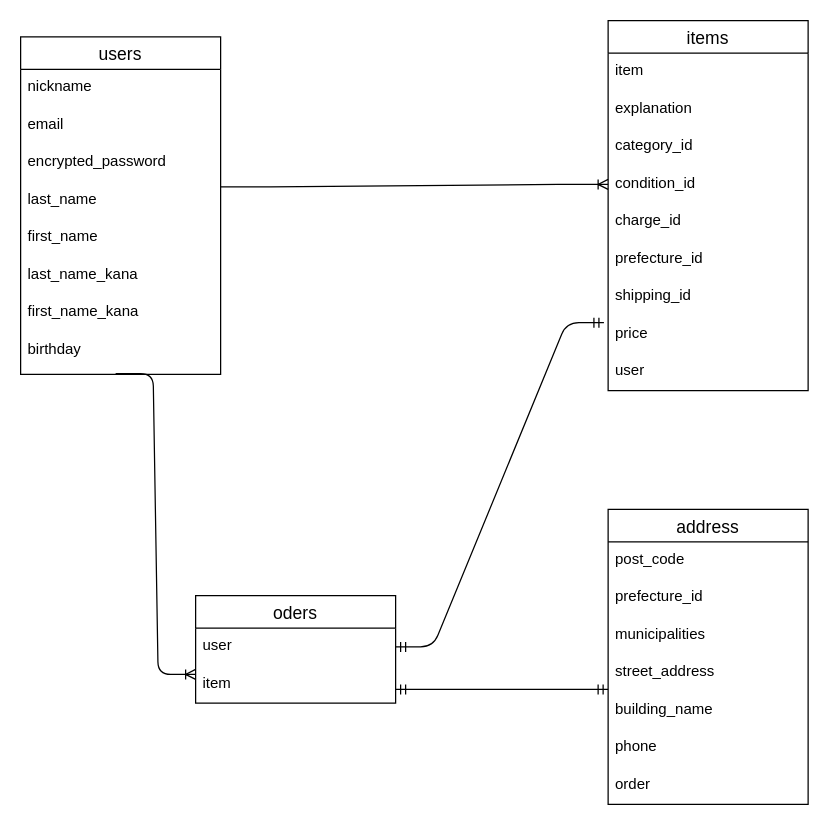
tomoco-h/furima-39522 keeps this draw.io diagram as furima.dio. Above is the earlier version. Source tidied: cells renumbered, new cells numbered last; positions are measured from the earlier drawing's top-left corner, leaving out a move shared by most shapes. Both pictures are drawn from the tidied source at 125%, with x=0, y=0 at pixel (20, 20).
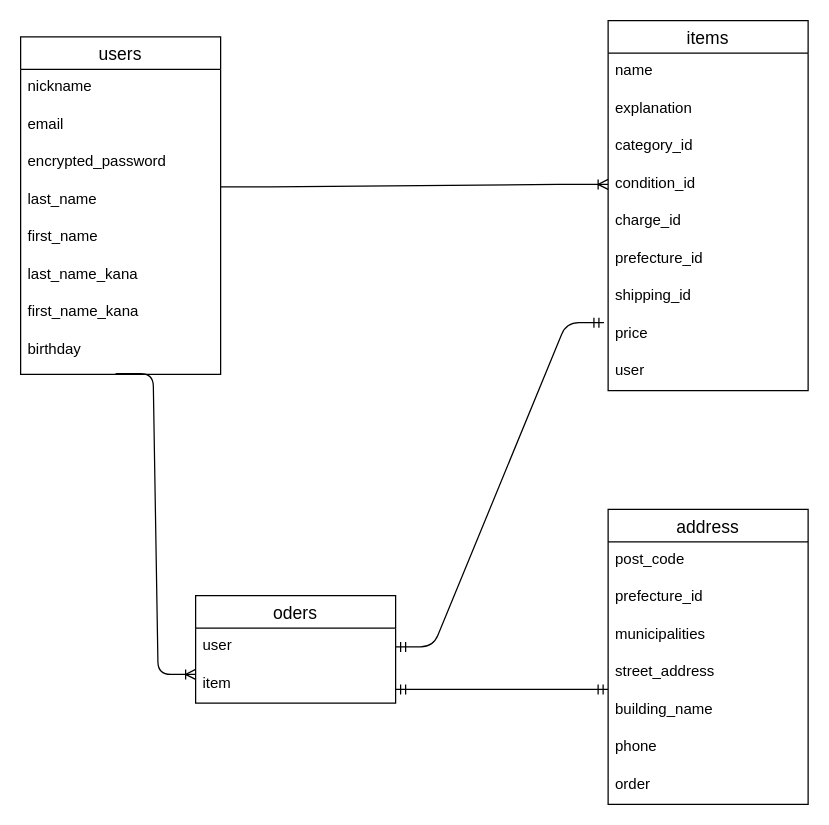
The same diagram, later.

Commit message (it also covers changes not shown here):
データベース設計_最終版

The change refers to these unchanged cells:
```xml
<mxCell id="12" value="items" style="swimlane;fontStyle=0;horizontal=1;startSize=26;align=center;fontSize=14;" parent="1" vertex="1">
  <mxGeometry x="470" width="160" height="296" as="geometry" />
</mxCell>
```

Diff of the diagram source:
```diff
@@
-    <mxCell id="13" value="item" style="text;strokeColor=none;fillColor=none;spacingLeft=4;spacingRight=4;overflow=hidden;fontSize=12;" parent="12" vertex="1">
+    <mxCell id="13" value="name" style="text;strokeColor=none;fillColor=none;spacingLeft=4;spacingRight=4;overflow=hidden;fontSize=12;" parent="12" vertex="1">
       <mxGeometry y="26" width="160" height="30" as="geometry" />
     </mxCell>
```
